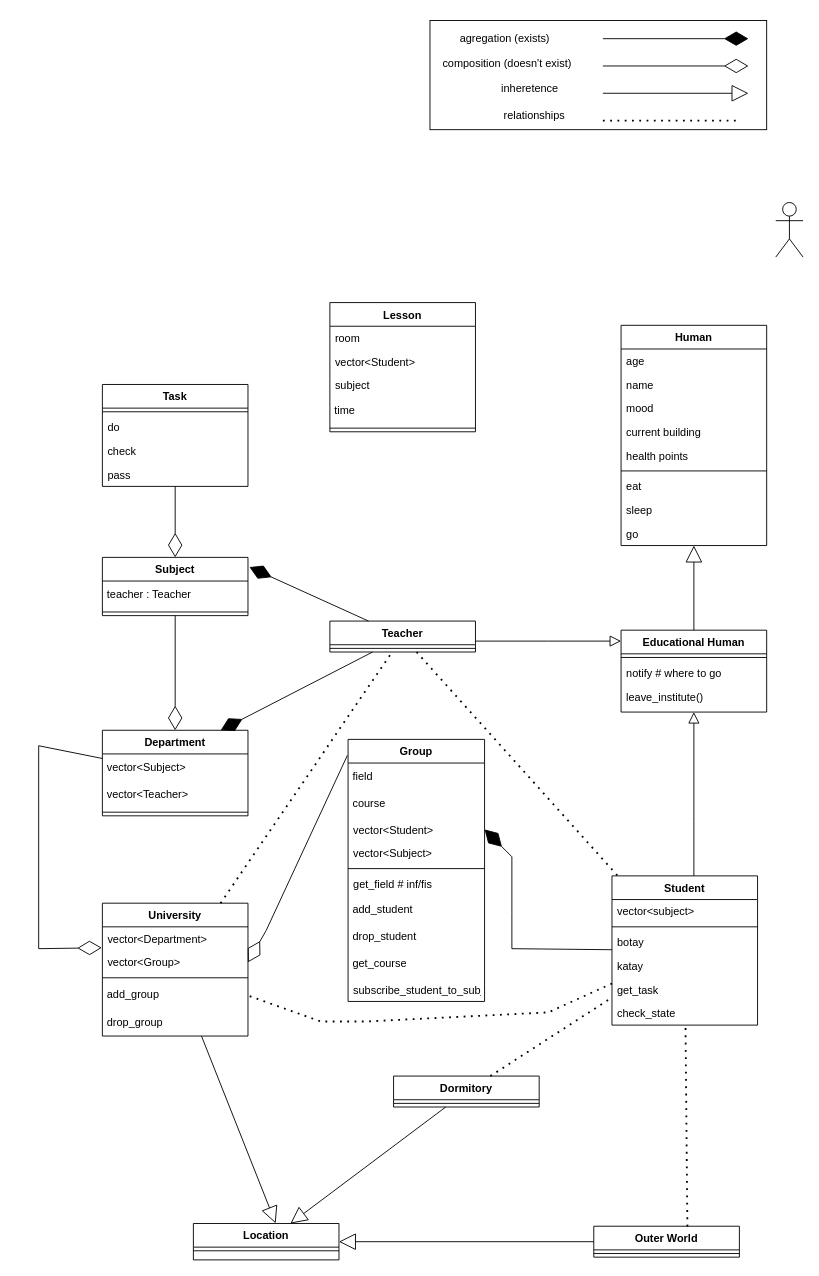
Earlier version of the draw.io diagram игра про фалтов.drawio (allythe/5sem_patterns). Source tidied: cells renumbered, new cells numbered last; positions are measured from the earlier drawing's top-left corner, leaving out a move shared by most shapes. Both pictures are drawn from the tidied source at 91%, with x=0, y=0 at pixel (38, 20).
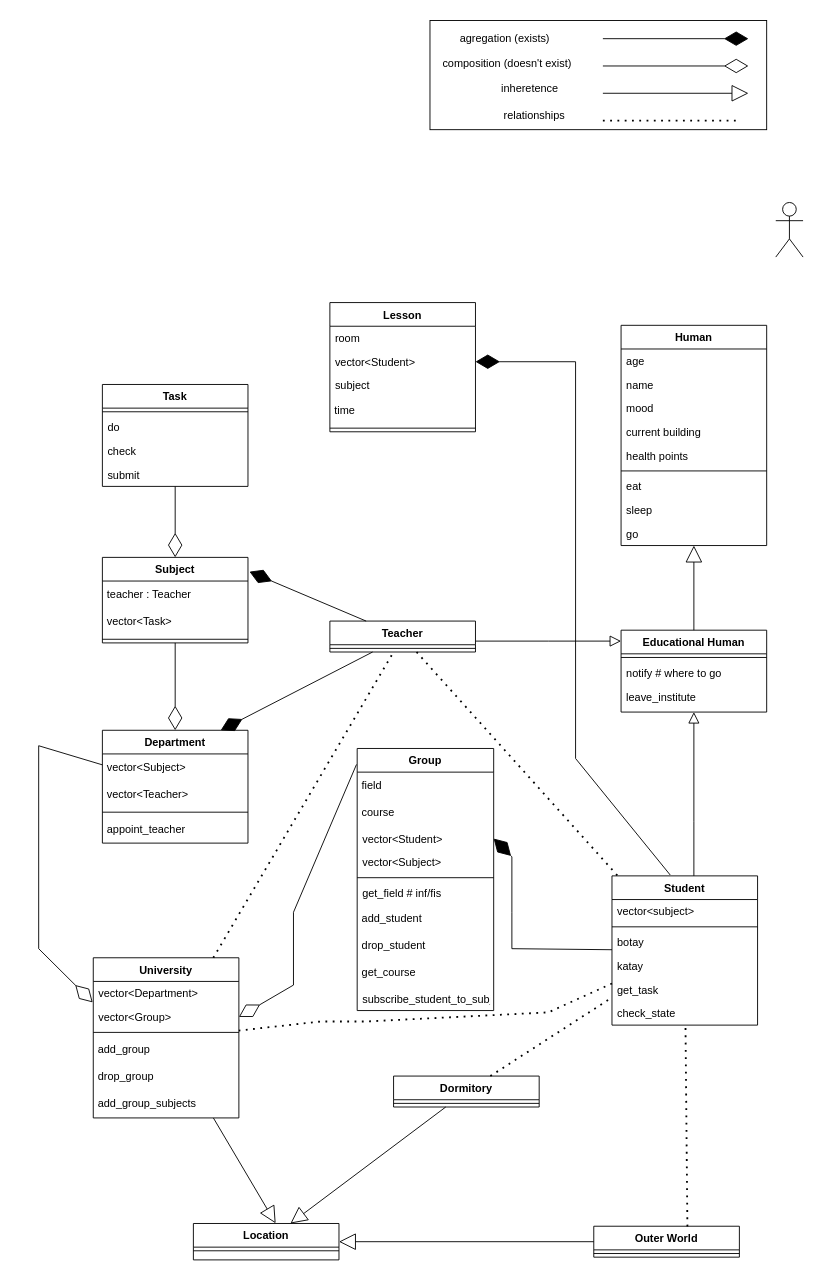
The same diagram, later.

The change refers to these unchanged cells:
```xml
<mxCell id="3" value="Educational Human&#10;" style="swimlane;fontStyle=1;align=center;verticalAlign=top;horizontal=1;startSize=26;rounded=0;shadow=0;strokeWidth=1;" parent="1" vertex="1">
  <mxGeometry x="640" y="670" width="160" height="90" as="geometry" />
</mxCell>
<mxCell id="7" value="Student" style="swimlane;fontStyle=1;align=center;verticalAlign=top;horizontal=1;startSize=26;rounded=0;shadow=0;strokeWidth=1;" parent="1" vertex="1">
  <mxGeometry x="630" y="940" width="160" height="164" as="geometry" />
</mxCell>
<mxCell id="20" value="vector&lt;Group&gt;" style="text;align=left;verticalAlign=top;spacingLeft=4;spacingRight=4;overflow=hidden;points=[[0,0.5],[1,0.5]];portConstraint=eastwest;" parent="18" vertex="1">
  <mxGeometry y="52" width="160" height="26" as="geometry" />
</mxCell>
<mxCell id="73" value="Task" style="swimlane;fontStyle=1;align=center;verticalAlign=top;horizontal=1;startSize=26;" parent="1" vertex="1">
  <mxGeometry x="70" y="400" width="160" height="112" as="geometry" />
</mxCell>
<mxCell id="81" value="vector&lt;Student&gt;" style="text;strokeColor=none;fillColor=none;align=left;verticalAlign=top;spacingLeft=4;spacingRight=4;overflow=hidden;points=[[0,0.5],[1,0.5]];portConstraint=eastwest;" parent="79" vertex="1">
  <mxGeometry y="52" width="160" height="26" as="geometry" />
</mxCell>
```

Change to the diagram source:
```diff
@@
-    <mxCell id="6" value="leave_institute()" style="text;strokeColor=none;fillColor=none;align=left;verticalAlign=top;spacingLeft=4;spacingRight=4;overflow=hidden;" parent="3" vertex="1">
+    <mxCell id="6" value="leave_institute" style="text;strokeColor=none;fillColor=none;align=left;verticalAlign=top;spacingLeft=4;spacingRight=4;overflow=hidden;" parent="3" vertex="1">
       <mxGeometry y="60" width="160" height="26" as="geometry" />
     </mxCell>
@@
     <mxCell id="18" value="University&#10;" style="swimlane;fontStyle=1;align=center;verticalAlign=top;horizontal=1;startSize=26;rounded=0;shadow=0;strokeWidth=1;" parent="1" vertex="1">
-      <mxGeometry x="70" y="970" width="160" height="146" as="geometry" />
+      <mxGeometry x="60" y="1030" width="160" height="176" as="geometry" />
     </mxCell>
@@
+    <mxCell id="94" value="&lt;div style=&quot;&quot;&gt;&lt;span style=&quot;background-color: initial;&quot;&gt;&amp;nbsp;add_group_subjects&lt;/span&gt;&lt;/div&gt;" style="text;html=1;strokeColor=none;fillColor=none;align=left;verticalAlign=middle;whiteSpace=wrap;rounded=0;" parent="18" vertex="1">
+      <mxGeometry y="146" width="160" height="30" as="geometry" />
+    </mxCell>
@@
-    <mxCell id="26" style="endArrow=none;dashed=1;html=1;dashPattern=1 3;strokeWidth=2;rounded=0;startArrow=none;" parent="1" edge="1" source="7" target="18">
+    <mxCell id="26" style="endArrow=none;dashed=1;html=1;dashPattern=1 3;strokeWidth=2;rounded=0;startArrow=none;" parent="1" edge="1" source="7">
       <mxGeometry relative="1" as="geometry">
+        <mxPoint x="220" y="1110" as="targetPoint" />
         <Array as="points">
           <mxPoint x="560" y="1090" />
           <mxPoint x="360" y="1100" />
           <mxPoint x="310" y="1100" />
         </Array>
       </mxGeometry>
     </mxCell>
@@
     <mxCell id="49" value="Group" style="swimlane;fontStyle=1;align=center;verticalAlign=top;horizontal=1;startSize=26;" parent="1" vertex="1">
-      <mxGeometry x="340" y="790" width="150" height="288" as="geometry" />
+      <mxGeometry x="350" y="800" width="150" height="288" as="geometry" />
     </mxCell>
@@
     <mxCell id="60" style="endArrow=diamondThin;endFill=0;endSize=24;html=1;rounded=0;entryX=1;entryY=0.5;entryDx=0;entryDy=0;exitX=-0.005;exitY=0.061;exitDx=0;exitDy=0;exitPerimeter=0;" parent="1" edge="1" source="49" target="20">
       <mxGeometry relative="1" as="geometry">
         <Array as="points">
-          <mxPoint x="250" y="1000" />
+          <mxPoint x="280" y="980" />
+          <mxPoint x="280" y="1060" />
         </Array>
       </mxGeometry>
     </mxCell>
@@
     <mxCell id="62" value="Department" style="swimlane;fontStyle=1;align=center;verticalAlign=top;horizontal=1;startSize=26;" parent="1" vertex="1">
-      <mxGeometry x="70" y="780" width="160" height="94" as="geometry" />
+      <mxGeometry x="70" y="780" width="160" height="124" as="geometry" />
     </mxCell>
@@
+    <mxCell id="95" value="&amp;nbsp;appoint_teacher" style="text;html=1;strokeColor=none;fillColor=none;align=left;verticalAlign=middle;whiteSpace=wrap;rounded=0;" parent="62" vertex="1">
+      <mxGeometry y="94" width="160" height="30" as="geometry" />
+    </mxCell>
@@
     <mxCell id="68" value="Subject" style="swimlane;fontStyle=1;align=center;verticalAlign=top;horizontal=1;startSize=26;" parent="1" vertex="1">
-      <mxGeometry x="70" y="590" width="160" height="64" as="geometry" />
+      <mxGeometry x="70" y="590" width="160" height="94" as="geometry" />
     </mxCell>
@@
+    <mxCell id="96" value="&amp;nbsp;vector&amp;lt;Task&amp;gt;" style="text;html=1;strokeColor=none;fillColor=none;align=left;verticalAlign=middle;whiteSpace=wrap;rounded=0;" parent="68" vertex="1">
+      <mxGeometry y="56" width="160" height="30" as="geometry" />
+    </mxCell>
     <mxCell id="70" style="line;strokeWidth=1;fillColor=none;align=left;verticalAlign=middle;spacingTop=-1;spacingLeft=3;spacingRight=3;labelPosition=right;strokeColor=inherit;" parent="68" vertex="1">
-      <mxGeometry y="56" width="160" height="8" as="geometry" />
+      <mxGeometry y="86" width="160" height="8" as="geometry" />
     </mxCell>
@@
-    <mxCell id="77" value="pass" style="text;strokeColor=none;fillColor=none;align=left;verticalAlign=top;spacingLeft=4;spacingRight=4;overflow=hidden;" parent="73" vertex="1">
+    <mxCell id="77" value="submit" style="text;strokeColor=none;fillColor=none;align=left;verticalAlign=top;spacingLeft=4;spacingRight=4;overflow=hidden;" parent="73" vertex="1">
       <mxGeometry y="86" width="160" height="26" as="geometry" />
     </mxCell>
@@
+    <mxCell id="97" style="endArrow=diamondThin;endFill=1;endSize=24;html=1;rounded=0;entryX=1;entryY=0.5;entryDx=0;entryDy=0;exitX=0.4;exitY=-0.006;exitDx=0;exitDy=0;exitPerimeter=0;" parent="1" edge="1" source="7" target="81">
+      <mxGeometry relative="1" as="geometry">
+        <Array as="points">
+          <mxPoint x="590" y="811" />
+          <mxPoint x="590" y="375" />
+        </Array>
+      </mxGeometry>
+    </mxCell>
```
